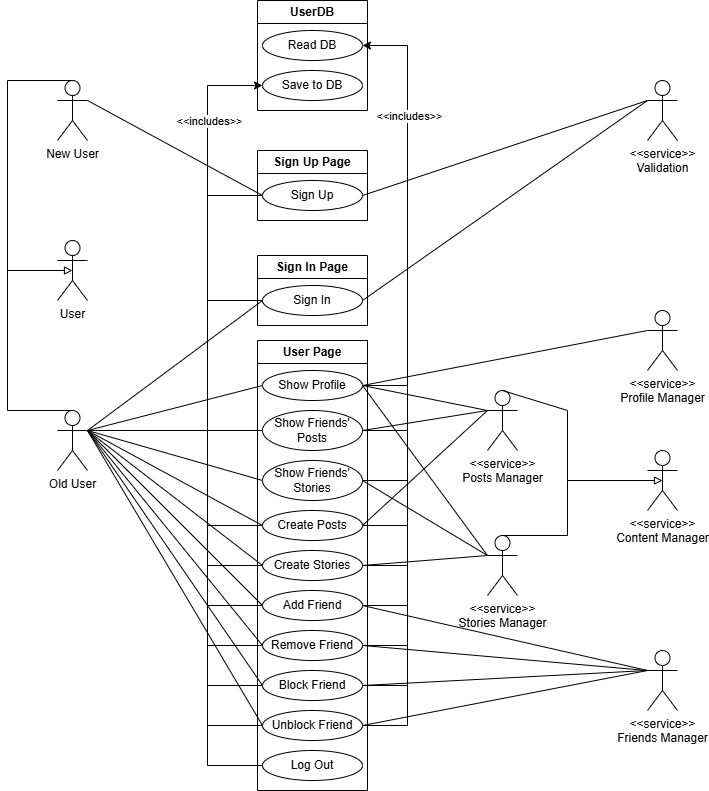
Before: UMLs/Use Case.png, a diagram exported from draw.io (AbdelrahmanEssam1007/ConnectHub). Source tidied: cells renumbered, new cells last; positions are measured from the earlier drawing's top-left corner, leaving out a move shared by most shapes.
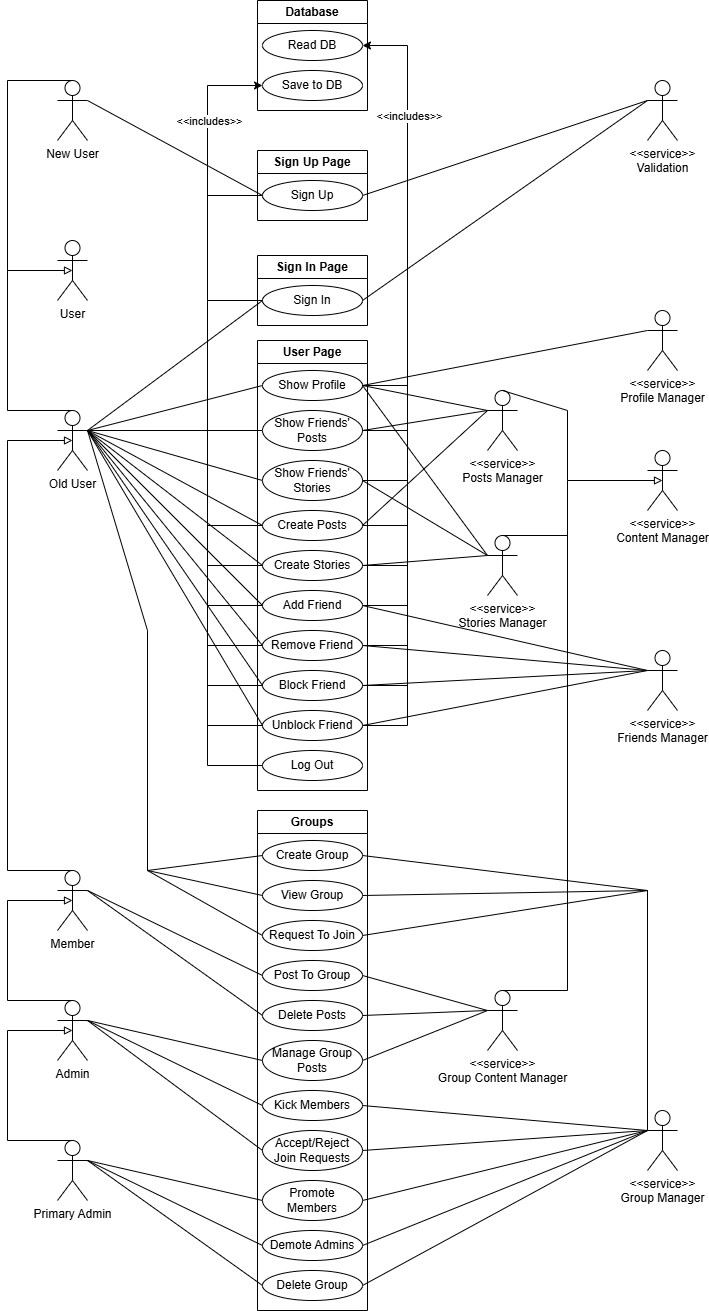
After the commit.

Commit message:
Updated Use Case Diagram

The edit, as a diff of the source:
```diff
@@ -5,7 +5,7 @@
     <mxCell id="2" value="New User" style="shape=umlActor;verticalLabelPosition=bottom;verticalAlign=top;html=1;outlineConnect=0;" parent="1" vertex="1">
       <mxGeometry x="50" y="80" width="30" height="60" as="geometry" />
     </mxCell>
-    <mxCell id="3" value="UserDB" style="swimlane;whiteSpace=wrap;html=1;" parent="1" vertex="1">
+    <mxCell id="3" value="Database" style="swimlane;whiteSpace=wrap;html=1;" parent="1" vertex="1">
       <mxGeometry x="250" width="110" height="110" as="geometry" />
     </mxCell>
     <mxCell id="4" value="Read DB" style="ellipse;whiteSpace=wrap;html=1;" parent="3" vertex="1">
@@ -305,5 +305,174 @@
         <mxPoint x="200" y="525" as="targetPoint" />
       </mxGeometry>
     </mxCell>
+    <mxCell id="78" value="Groups" style="swimlane;whiteSpace=wrap;html=1;" parent="1" vertex="1">
+      <mxGeometry x="250" y="810" width="110" height="500" as="geometry" />
+    </mxCell>
+    <mxCell id="79" value="View Group" style="ellipse;whiteSpace=wrap;html=1;" parent="78" vertex="1">
+      <mxGeometry x="5" y="70" width="100" height="30" as="geometry" />
+    </mxCell>
+    <mxCell id="80" value="Request To Join" style="ellipse;whiteSpace=wrap;html=1;" parent="78" vertex="1">
+      <mxGeometry x="5" y="110" width="100" height="30" as="geometry" />
+    </mxCell>
+    <mxCell id="81" value="Post To Group" style="ellipse;whiteSpace=wrap;html=1;" parent="78" vertex="1">
+      <mxGeometry x="5" y="150" width="100" height="30" as="geometry" />
+    </mxCell>
+    <mxCell id="82" value="Delete Posts" style="ellipse;whiteSpace=wrap;html=1;" parent="78" vertex="1">
+      <mxGeometry x="5" y="190" width="100" height="30" as="geometry" />
+    </mxCell>
+    <mxCell id="83" value="Kick Members" style="ellipse;whiteSpace=wrap;html=1;" parent="78" vertex="1">
+      <mxGeometry x="5" y="280" width="100" height="30" as="geometry" />
+    </mxCell>
+    <mxCell id="84" value="Accept/Reject Join Requests" style="ellipse;whiteSpace=wrap;html=1;" parent="78" vertex="1">
+      <mxGeometry x="5" y="320" width="100" height="40" as="geometry" />
+    </mxCell>
+    <mxCell id="85" value="Promote Members" style="ellipse;whiteSpace=wrap;html=1;" parent="78" vertex="1">
+      <mxGeometry x="5" y="370" width="100" height="40" as="geometry" />
+    </mxCell>
+    <mxCell id="86" value="Demote Admins" style="ellipse;whiteSpace=wrap;html=1;" parent="78" vertex="1">
+      <mxGeometry x="5" y="420" width="100" height="30" as="geometry" />
+    </mxCell>
+    <mxCell id="87" value="Delete Group" style="ellipse;whiteSpace=wrap;html=1;" parent="78" vertex="1">
+      <mxGeometry x="5" y="460" width="100" height="30" as="geometry" />
+    </mxCell>
+    <mxCell id="88" value="Create Group" style="ellipse;whiteSpace=wrap;html=1;" parent="78" vertex="1">
+      <mxGeometry x="5" y="30" width="100" height="30" as="geometry" />
+    </mxCell>
+    <mxCell id="89" value="Manage Group Posts" style="ellipse;whiteSpace=wrap;html=1;" parent="78" vertex="1">
+      <mxGeometry x="5" y="230" width="100" height="40" as="geometry" />
+    </mxCell>
+    <mxCell id="90" style="endArrow=none;html=1;rounded=0;entryX=1;entryY=0.3333333333333333;entryDx=0;entryDy=0;entryPerimeter=0;exitX=0;exitY=0.5;exitDx=0;exitDy=0;" parent="1" edge="1" source="79" target="9">
+      <mxGeometry relative="1" as="geometry">
+        <Array as="points">
+          <mxPoint x="140" y="870" />
+          <mxPoint x="140" y="630" />
+        </Array>
+      </mxGeometry>
+    </mxCell>
+    <mxCell id="91" style="endArrow=none;html=1;rounded=0;exitX=0;exitY=0.5;exitDx=0;exitDy=0;" parent="1" edge="1" source="80">
+      <mxGeometry relative="1" as="geometry">
+        <mxPoint x="140" y="870" as="targetPoint" />
+      </mxGeometry>
+    </mxCell>
+    <mxCell id="92" value="Member" style="shape=umlActor;verticalLabelPosition=bottom;verticalAlign=top;html=1;outlineConnect=0;" parent="1" vertex="1">
+      <mxGeometry x="50" y="870" width="30" height="60" as="geometry" />
+    </mxCell>
+    <mxCell id="93" style="endArrow=none;html=1;rounded=0;entryX=1;entryY=0.3333333333333333;entryDx=0;entryDy=0;entryPerimeter=0;exitX=0;exitY=0.5;exitDx=0;exitDy=0;" parent="1" edge="1" source="81" target="92">
+      <mxGeometry relative="1" as="geometry" />
+    </mxCell>
+    <mxCell id="94" style="endArrow=none;html=1;rounded=0;entryX=1;entryY=0.3333333333333333;entryDx=0;entryDy=0;entryPerimeter=0;exitX=0;exitY=0.5;exitDx=0;exitDy=0;" parent="1" edge="1" source="82" target="92">
+      <mxGeometry relative="1" as="geometry" />
+    </mxCell>
+    <mxCell id="95" style="endArrow=block;html=1;rounded=0;exitX=0.5;exitY=0;exitDx=0;exitDy=0;exitPerimeter=0;entryX=0.5;entryY=0.5;entryDx=0;entryDy=0;entryPerimeter=0;endFill=0;" parent="1" edge="1" source="92" target="9">
+      <mxGeometry relative="1" as="geometry">
+        <Array as="points">
+          <mxPoint y="870" />
+          <mxPoint y="440" />
+        </Array>
+      </mxGeometry>
+    </mxCell>
+    <mxCell id="96" value="Admin" style="shape=umlActor;verticalLabelPosition=bottom;verticalAlign=top;html=1;outlineConnect=0;" parent="1" vertex="1">
+      <mxGeometry x="50" y="1000" width="30" height="60" as="geometry" />
+    </mxCell>
+    <mxCell id="97" style="endArrow=none;html=1;rounded=0;entryX=0;entryY=0.5;entryDx=0;entryDy=0;exitX=1;exitY=0.3333333333333333;exitDx=0;exitDy=0;exitPerimeter=0;" parent="1" edge="1" source="96" target="83">
+      <mxGeometry relative="1" as="geometry" />
+    </mxCell>
+    <mxCell id="98" style="endArrow=none;html=1;rounded=0;entryX=0;entryY=0.5;entryDx=0;entryDy=0;exitX=1;exitY=0.3333333333333333;exitDx=0;exitDy=0;exitPerimeter=0;" parent="1" edge="1" source="96" target="89">
+      <mxGeometry relative="1" as="geometry" />
+    </mxCell>
+    <mxCell id="99" style="endArrow=none;html=1;rounded=0;entryX=0;entryY=0.5;entryDx=0;entryDy=0;exitX=1;exitY=0.3333333333333333;exitDx=0;exitDy=0;exitPerimeter=0;" parent="1" edge="1" source="96" target="84">
+      <mxGeometry relative="1" as="geometry" />
+    </mxCell>
+    <mxCell id="100" style="endArrow=block;html=1;rounded=0;entryX=0.5;entryY=0.5;entryDx=0;entryDy=0;entryPerimeter=0;exitX=0.5;exitY=0;exitDx=0;exitDy=0;exitPerimeter=0;endFill=0;" parent="1" edge="1" source="96" target="92">
+      <mxGeometry relative="1" as="geometry">
+        <Array as="points">
+          <mxPoint y="1000" />
+          <mxPoint y="900" />
+        </Array>
+      </mxGeometry>
+    </mxCell>
+    <mxCell id="101" value="Primary Admin" style="shape=umlActor;verticalLabelPosition=bottom;verticalAlign=top;html=1;outlineConnect=0;" parent="1" vertex="1">
+      <mxGeometry x="50" y="1140" width="30" height="60" as="geometry" />
+    </mxCell>
+    <mxCell id="102" style="endArrow=block;html=1;rounded=0;exitX=0.5;exitY=0;exitDx=0;exitDy=0;exitPerimeter=0;entryX=0.5;entryY=0.5;entryDx=0;entryDy=0;entryPerimeter=0;endFill=0;" parent="1" edge="1" source="101" target="96">
+      <mxGeometry relative="1" as="geometry">
+        <Array as="points">
+          <mxPoint y="1140" />
+          <mxPoint y="1030" />
+        </Array>
+      </mxGeometry>
+    </mxCell>
+    <mxCell id="103" style="endArrow=none;html=1;rounded=0;exitX=1;exitY=0.3333333333333333;exitDx=0;exitDy=0;exitPerimeter=0;entryX=0;entryY=0.5;entryDx=0;entryDy=0;" parent="1" edge="1" source="101" target="85">
+      <mxGeometry relative="1" as="geometry" />
+    </mxCell>
+    <mxCell id="104" style="endArrow=none;html=1;rounded=0;entryX=0;entryY=0.5;entryDx=0;entryDy=0;exitX=1;exitY=0.3333333333333333;exitDx=0;exitDy=0;exitPerimeter=0;" parent="1" edge="1" source="101" target="86">
+      <mxGeometry relative="1" as="geometry" />
+    </mxCell>
+    <mxCell id="105" style="endArrow=none;html=1;rounded=0;entryX=0;entryY=0.5;entryDx=0;entryDy=0;exitX=1;exitY=0.3333333333333333;exitDx=0;exitDy=0;exitPerimeter=0;" parent="1" edge="1" source="101" target="87">
+      <mxGeometry relative="1" as="geometry" />
+    </mxCell>
+    <mxCell id="106" value="&amp;lt;&amp;lt;service&amp;gt;&amp;gt;&lt;div&gt;Group Content Manager&lt;/div&gt;" style="shape=umlActor;verticalLabelPosition=bottom;verticalAlign=top;html=1;outlineConnect=0;" parent="1" vertex="1">
+      <mxGeometry x="480" y="990" width="30" height="60" as="geometry" />
+    </mxCell>
+    <mxCell id="107" style="endArrow=none;html=1;rounded=0;entryX=0;entryY=0.3333333333333333;entryDx=0;entryDy=0;entryPerimeter=0;exitX=1;exitY=0.5;exitDx=0;exitDy=0;" parent="1" edge="1" source="81" target="106">
+      <mxGeometry relative="1" as="geometry" />
+    </mxCell>
+    <mxCell id="108" style="endArrow=none;html=1;rounded=0;entryX=0;entryY=0.3333333333333333;entryDx=0;entryDy=0;entryPerimeter=0;exitX=1;exitY=0.5;exitDx=0;exitDy=0;" parent="1" edge="1" source="82" target="106">
+      <mxGeometry relative="1" as="geometry" />
+    </mxCell>
+    <mxCell id="109" style="endArrow=none;html=1;rounded=0;entryX=0;entryY=0.3333333333333333;entryDx=0;entryDy=0;entryPerimeter=0;exitX=1;exitY=0.5;exitDx=0;exitDy=0;" parent="1" edge="1" source="89" target="106">
+      <mxGeometry relative="1" as="geometry" />
+    </mxCell>
+    <mxCell id="110" style="endArrow=none;html=1;rounded=0;exitX=0.5;exitY=0;exitDx=0;exitDy=0;exitPerimeter=0;" parent="1" edge="1" source="106">
+      <mxGeometry relative="1" as="geometry">
+        <mxPoint x="560" y="530" as="targetPoint" />
+        <Array as="points">
+          <mxPoint x="560" y="990" />
+        </Array>
+      </mxGeometry>
+    </mxCell>
+    <mxCell id="111" style="endArrow=none;html=1;rounded=0;entryX=0;entryY=0.5;entryDx=0;entryDy=0;" parent="1" edge="1" target="88">
+      <mxGeometry relative="1" as="geometry">
+        <mxPoint x="140" y="870" as="sourcePoint" />
+      </mxGeometry>
+    </mxCell>
+    <mxCell id="112" value="&amp;lt;&amp;lt;service&amp;gt;&amp;gt;&lt;div&gt;Group Manager&lt;/div&gt;" style="shape=umlActor;verticalLabelPosition=bottom;verticalAlign=top;html=1;outlineConnect=0;" parent="1" vertex="1">
+      <mxGeometry x="640" y="1110" width="30" height="60" as="geometry" />
+    </mxCell>
+    <mxCell id="113" style="endArrow=none;html=1;rounded=0;entryX=0;entryY=0.3333333333333333;entryDx=0;entryDy=0;entryPerimeter=0;exitX=1;exitY=0.5;exitDx=0;exitDy=0;" parent="1" edge="1" source="83" target="112">
+      <mxGeometry relative="1" as="geometry" />
+    </mxCell>
+    <mxCell id="114" style="endArrow=none;html=1;rounded=0;entryX=0;entryY=0.3333333333333333;entryDx=0;entryDy=0;entryPerimeter=0;exitX=1;exitY=0.5;exitDx=0;exitDy=0;" parent="1" edge="1" source="84" target="112">
+      <mxGeometry relative="1" as="geometry" />
+    </mxCell>
+    <mxCell id="115" style="endArrow=none;html=1;rounded=0;entryX=0;entryY=0.3333333333333333;entryDx=0;entryDy=0;entryPerimeter=0;exitX=1;exitY=0.5;exitDx=0;exitDy=0;" parent="1" edge="1" source="85" target="112">
+      <mxGeometry relative="1" as="geometry" />
+    </mxCell>
+    <mxCell id="116" style="endArrow=none;html=1;rounded=0;entryX=0;entryY=0.3333333333333333;entryDx=0;entryDy=0;entryPerimeter=0;exitX=1;exitY=0.5;exitDx=0;exitDy=0;" parent="1" edge="1" source="86" target="112">
+      <mxGeometry relative="1" as="geometry" />
+    </mxCell>
+    <mxCell id="117" style="endArrow=none;html=1;rounded=0;entryX=0;entryY=0.3333333333333333;entryDx=0;entryDy=0;entryPerimeter=0;exitX=1;exitY=0.5;exitDx=0;exitDy=0;" parent="1" edge="1" source="87" target="112">
+      <mxGeometry relative="1" as="geometry" />
+    </mxCell>
+    <mxCell id="118" style="endArrow=none;html=1;rounded=0;exitX=0;exitY=0.3333333333333333;exitDx=0;exitDy=0;exitPerimeter=0;" parent="1" edge="1" source="112">
+      <mxGeometry relative="1" as="geometry">
+        <mxPoint x="640" y="890" as="targetPoint" />
+      </mxGeometry>
+    </mxCell>
+    <mxCell id="119" style="endArrow=none;html=1;rounded=0;exitX=1;exitY=0.5;exitDx=0;exitDy=0;" parent="1" edge="1" source="88">
+      <mxGeometry relative="1" as="geometry">
+        <mxPoint x="640" y="890" as="targetPoint" />
+      </mxGeometry>
+    </mxCell>
+    <mxCell id="120" style="endArrow=none;html=1;rounded=0;exitX=1;exitY=0.5;exitDx=0;exitDy=0;" parent="1" edge="1" source="80">
+      <mxGeometry relative="1" as="geometry">
+        <mxPoint x="640" y="890" as="targetPoint" />
+      </mxGeometry>
+    </mxCell>
+    <mxCell id="121" style="endArrow=none;html=1;rounded=0;exitX=1;exitY=0.5;exitDx=0;exitDy=0;" parent="1" edge="1" source="79">
+      <mxGeometry relative="1" as="geometry">
+        <mxPoint x="640" y="890" as="targetPoint" />
+      </mxGeometry>
+    </mxCell>
   </root>
 </mxGraphModel>
```
